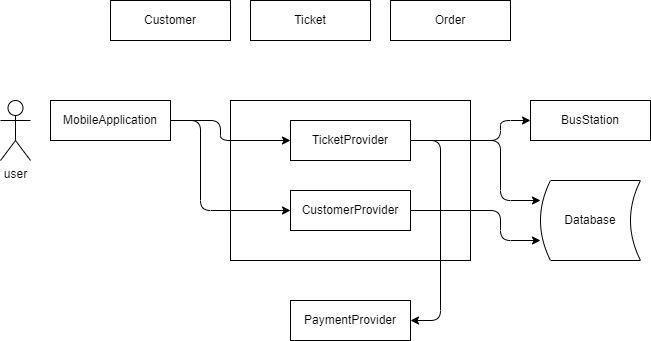
This is src/main/java/ticketservice/ticketServiceDiagram.png from blinktreeman/softwareArchitecturePart4, a draw.io export, as it was before one commit. Source tidied: cells renumbered, new cells last; positions are measured from the earlier drawing's top-left corner, leaving out a move shared by most shapes. Its diagram source:
```xml
<mxGraphModel>
  <root>
    <mxCell id="0" />
    <mxCell id="1" parent="0" />
    <mxCell id="2" style="whiteSpace=wrap;html=1;" parent="1" vertex="1">
      <mxGeometry x="230" y="100" width="240" height="160" as="geometry" />
    </mxCell>
    <mxCell id="3" value="user" style="shape=umlActor;verticalLabelPosition=bottom;verticalAlign=top;html=1;" parent="1" vertex="1">
      <mxGeometry y="100" width="30" height="60" as="geometry" />
    </mxCell>
    <mxCell id="4" style="edgeStyle=orthogonalEdgeStyle;rounded=1;jettySize=auto;html=1;entryX=0;entryY=0.5;entryDx=0;entryDy=0;" parent="1" edge="1" source="6" target="10">
      <mxGeometry relative="1" as="geometry">
        <Array as="points">
          <mxPoint x="220" y="120" />
          <mxPoint x="220" y="140" />
        </Array>
      </mxGeometry>
    </mxCell>
    <mxCell id="5" style="edgeStyle=orthogonalEdgeStyle;rounded=1;jettySize=auto;html=1;exitX=1;exitY=0.5;exitDx=0;exitDy=0;entryX=0;entryY=0.5;entryDx=0;entryDy=0;" parent="1" edge="1" source="6" target="12">
      <mxGeometry relative="1" as="geometry">
        <Array as="points">
          <mxPoint x="200" y="120" />
          <mxPoint x="200" y="210" />
        </Array>
      </mxGeometry>
    </mxCell>
    <mxCell id="6" value="MobileApplication" style="whiteSpace=wrap;html=1;" parent="1" vertex="1">
      <mxGeometry x="50" y="100" width="120" height="40" as="geometry" />
    </mxCell>
    <mxCell id="7" style="edgeStyle=orthogonalEdgeStyle;rounded=1;jettySize=auto;html=1;entryX=0;entryY=0.25;entryDx=0;entryDy=0;exitX=1;exitY=0.5;exitDx=0;exitDy=0;" parent="1" edge="1" source="10" target="17">
      <mxGeometry relative="1" as="geometry">
        <Array as="points">
          <mxPoint x="500" y="140" />
          <mxPoint x="500" y="200" />
        </Array>
      </mxGeometry>
    </mxCell>
    <mxCell id="8" style="edgeStyle=orthogonalEdgeStyle;rounded=1;jettySize=auto;html=1;entryX=0;entryY=0.5;entryDx=0;entryDy=0;" parent="1" edge="1" source="10" target="16">
      <mxGeometry relative="1" as="geometry">
        <Array as="points">
          <mxPoint x="500" y="140" />
          <mxPoint x="500" y="120" />
        </Array>
      </mxGeometry>
    </mxCell>
    <mxCell id="9" style="edgeStyle=orthogonalEdgeStyle;rounded=1;jettySize=auto;html=1;entryX=1;entryY=0.5;entryDx=0;entryDy=0;" parent="1" edge="1" target="18">
      <mxGeometry relative="1" as="geometry">
        <mxPoint x="420" y="140" as="sourcePoint" />
        <Array as="points">
          <mxPoint x="440" y="140" />
          <mxPoint x="440" y="320" />
        </Array>
      </mxGeometry>
    </mxCell>
    <mxCell id="10" value="TicketProvider" style="whiteSpace=wrap;html=1;" parent="1" vertex="1">
      <mxGeometry x="290" y="120" width="120" height="40" as="geometry" />
    </mxCell>
    <mxCell id="11" style="edgeStyle=orthogonalEdgeStyle;jettySize=auto;html=1;exitX=1;exitY=0.5;exitDx=0;exitDy=0;entryX=0;entryY=0.75;entryDx=0;entryDy=0;" parent="1" edge="1" source="12" target="17">
      <mxGeometry relative="1" as="geometry">
        <Array as="points">
          <mxPoint x="500" y="210" />
          <mxPoint x="500" y="240" />
        </Array>
      </mxGeometry>
    </mxCell>
    <mxCell id="12" value="CustomerProvider" style="whiteSpace=wrap;html=1;" parent="1" vertex="1">
      <mxGeometry x="290" y="190" width="120" height="40" as="geometry" />
    </mxCell>
    <mxCell id="13" value="Customer" style="whiteSpace=wrap;html=1;" parent="1" vertex="1">
      <mxGeometry x="110" width="120" height="40" as="geometry" />
    </mxCell>
    <mxCell id="14" value="Ticket" style="whiteSpace=wrap;html=1;" parent="1" vertex="1">
      <mxGeometry x="250" width="120" height="40" as="geometry" />
    </mxCell>
    <mxCell id="15" value="Order" style="whiteSpace=wrap;html=1;" parent="1" vertex="1">
      <mxGeometry x="390" width="120" height="40" as="geometry" />
    </mxCell>
    <mxCell id="16" value="BusStation" style="whiteSpace=wrap;html=1;" parent="1" vertex="1">
      <mxGeometry x="530" y="100" width="120" height="40" as="geometry" />
    </mxCell>
    <mxCell id="17" value="Database" style="shape=dataStorage;whiteSpace=wrap;html=1;fixedSize=1;size=10;" parent="1" vertex="1">
      <mxGeometry x="540" y="180" width="100" height="80" as="geometry" />
    </mxCell>
    <mxCell id="18" value="PaymentProvider" style="whiteSpace=wrap;html=1;" parent="1" vertex="1">
      <mxGeometry x="290" y="300" width="120" height="40" as="geometry" />
    </mxCell>
  </root>
</mxGraphModel>
```
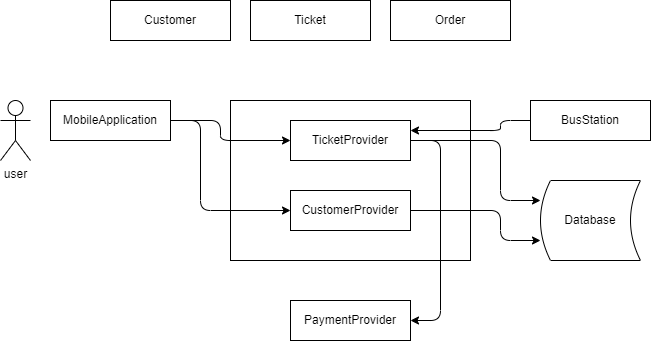
After the change.

Commit message:
some corrects add uml diagram

What changed in the source:
```diff
@@ -35,11 +35,11 @@
         </Array>
       </mxGeometry>
     </mxCell>
-    <mxCell id="8" style="edgeStyle=orthogonalEdgeStyle;rounded=1;jettySize=auto;html=1;entryX=0;entryY=0.5;entryDx=0;entryDy=0;" parent="1" edge="1" source="10" target="16">
+    <mxCell id="8" style="edgeStyle=orthogonalEdgeStyle;rounded=1;jettySize=auto;html=1;entryX=1;entryY=0.25;entryDx=0;entryDy=0;exitX=0;exitY=0.5;exitDx=0;exitDy=0;" parent="1" edge="1" source="16" target="10">
       <mxGeometry relative="1" as="geometry">
         <Array as="points">
-          <mxPoint x="500" y="140" />
           <mxPoint x="500" y="120" />
+          <mxPoint x="500" y="130" />
         </Array>
       </mxGeometry>
     </mxCell>
```
